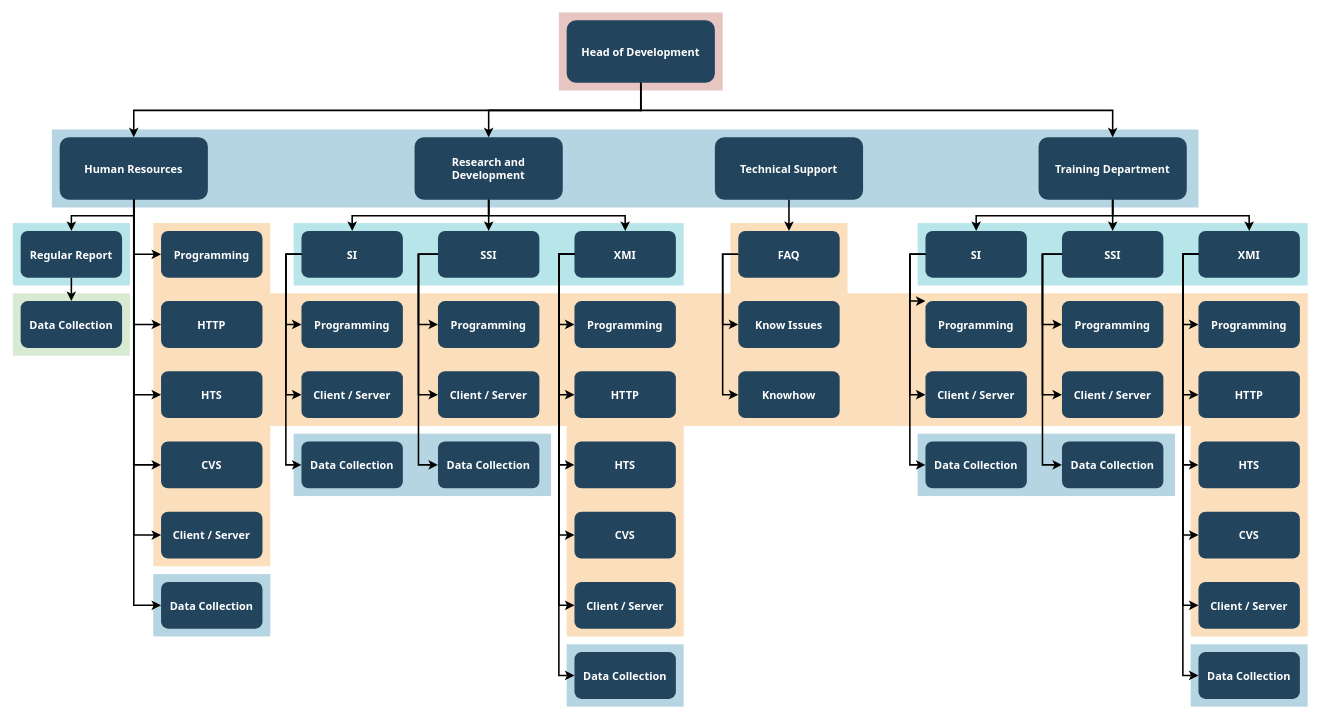
The draw.io diagram sitemap.drawio in SafwanAltawil/HelloWorld, before the edit. Source tidied: cells renumbered, new cells numbered last; positions are measured from the earlier drawing's top-left corner, leaving out a move shared by most shapes. Both pictures are drawn from the tidied source at 78%, with x=0, y=0 at pixel (12, 12).
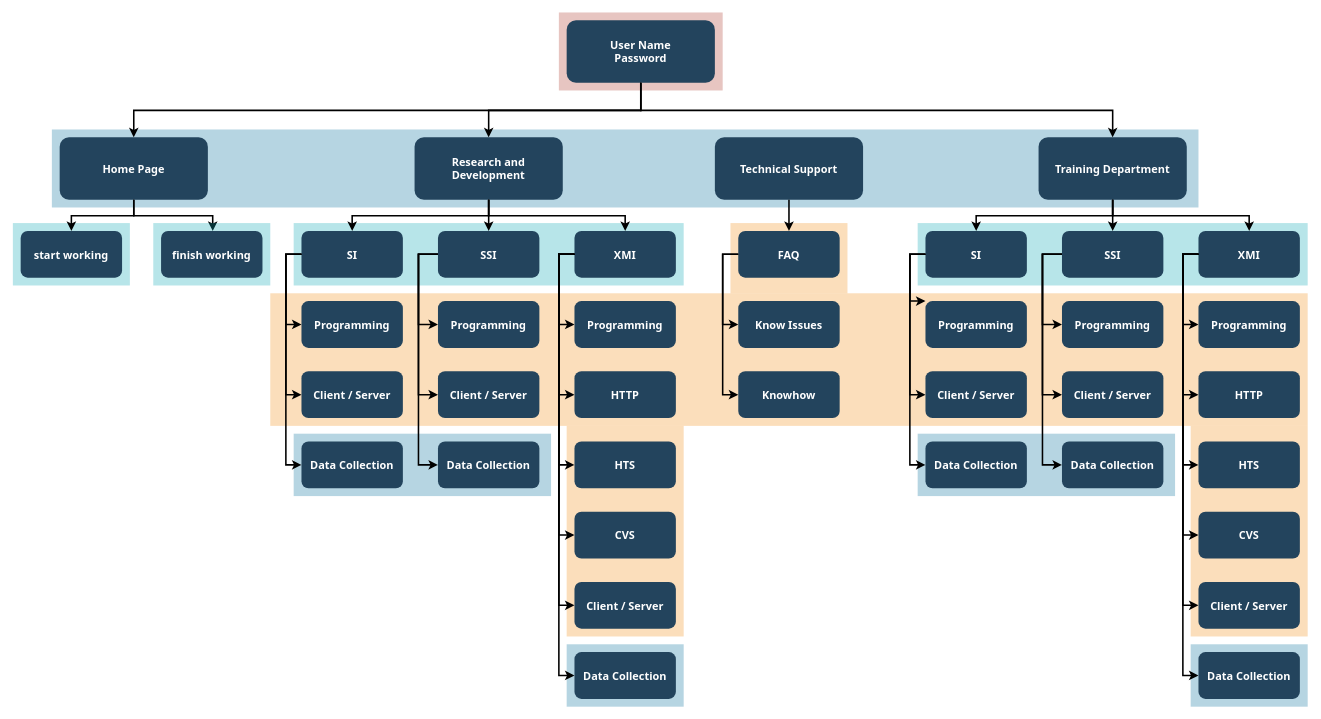
Above is the later version.

Change to the diagram source:
```diff
@@
-    <mxCell id="7" style="fillColor=#F2931E;strokeColor=none;opacity=30;" parent="1" vertex="1">
-      <mxGeometry x="180" y="269.5" width="150" height="440" as="geometry" />
-    </mxCell>
@@
-    <mxCell id="13" style="fillColor=#10739E;strokeColor=none;opacity=30;" parent="1" vertex="1">
-      <mxGeometry x="180" y="719.5" width="150" height="80" as="geometry" />
-    </mxCell>
-    <mxCell id="14" style="fillColor=#D9EAD3;strokeColor=none;" parent="1" vertex="1">
-      <mxGeometry y="359.5" width="150" height="80" as="geometry" />
-    </mxCell>
@@
-    <mxCell id="18" value="Head of Development" style="rounded=1;fillColor=#23445D;gradientColor=none;strokeColor=none;fontColor=#FFFFFF;fontStyle=1;fontFamily=Tahoma;fontSize=14;" parent="1" vertex="1">
+    <mxCell id="18" value="User Name&#10;Password" style="rounded=1;fillColor=#23445D;gradientColor=none;strokeColor=none;fontColor=#FFFFFF;fontStyle=1;fontFamily=Tahoma;fontSize=14;" parent="1" vertex="1">
       <mxGeometry x="710" y="9.5" width="190" height="80" as="geometry" />
     </mxCell>
@@
-    <mxCell id="23" value="Human Resources" style="rounded=1;fillColor=#23445D;gradientColor=none;strokeColor=none;fontColor=#FFFFFF;fontStyle=1;fontFamily=Tahoma;fontSize=14;" parent="1" vertex="1">
+    <mxCell id="23" value="Home Page" style="rounded=1;fillColor=#23445D;gradientColor=none;strokeColor=none;fontColor=#FFFFFF;fontStyle=1;fontFamily=Tahoma;fontSize=14;" parent="1" vertex="1">
       <mxGeometry x="60" y="159.5" width="190" height="80" as="geometry" />
     </mxCell>
-    <mxCell id="24" value="Regular Report" style="rounded=1;fillColor=#23445D;gradientColor=none;strokeColor=none;fontColor=#FFFFFF;fontStyle=1;fontFamily=Tahoma;fontSize=14;" parent="1" vertex="1">
+    <mxCell id="24" value="start working" style="rounded=1;fillColor=#23445D;gradientColor=none;strokeColor=none;fontColor=#FFFFFF;fontStyle=1;fontFamily=Tahoma;fontSize=14;" parent="1" vertex="1">
       <mxGeometry x="10" y="279.5" width="130" height="60" as="geometry" />
     </mxCell>
-    <mxCell id="25" value="Data Collection" style="rounded=1;fillColor=#23445D;gradientColor=none;strokeColor=none;fontColor=#FFFFFF;fontStyle=1;fontFamily=Tahoma;fontSize=14;" parent="1" vertex="1">
-      <mxGeometry x="10" y="369.5" width="130" height="60" as="geometry" />
-    </mxCell>
-    <mxCell id="26" value="Programming" style="rounded=1;fillColor=#23445D;gradientColor=none;strokeColor=none;fontColor=#FFFFFF;fontStyle=1;fontFamily=Tahoma;fontSize=14;" parent="1" vertex="1">
-      <mxGeometry x="190" y="279.5" width="130" height="60" as="geometry" />
-    </mxCell>
-    <mxCell id="27" value="HTTP" style="rounded=1;fillColor=#23445D;gradientColor=none;strokeColor=none;fontColor=#FFFFFF;fontStyle=1;fontFamily=Tahoma;fontSize=14;" parent="1" vertex="1">
-      <mxGeometry x="190" y="369.5" width="130" height="60" as="geometry" />
-    </mxCell>
-    <mxCell id="28" value="HTS" style="rounded=1;fillColor=#23445D;gradientColor=none;strokeColor=none;fontColor=#FFFFFF;fontStyle=1;fontFamily=Tahoma;fontSize=14;" parent="1" vertex="1">
-      <mxGeometry x="190" y="459.5" width="130" height="60" as="geometry" />
-    </mxCell>
-    <mxCell id="29" value="CVS" style="rounded=1;fillColor=#23445D;gradientColor=none;strokeColor=none;fontColor=#FFFFFF;fontStyle=1;fontFamily=Tahoma;fontSize=14;" parent="1" vertex="1">
-      <mxGeometry x="190" y="549.5" width="130" height="60" as="geometry" />
-    </mxCell>
-    <mxCell id="30" value="Client / Server" style="rounded=1;fillColor=#23445D;gradientColor=none;strokeColor=none;fontColor=#FFFFFF;fontStyle=1;fontFamily=Tahoma;fontSize=14;" parent="1" vertex="1">
-      <mxGeometry x="190" y="639.5" width="130" height="60" as="geometry" />
-    </mxCell>
-    <mxCell id="31" value="Data Collection" style="rounded=1;fillColor=#23445D;gradientColor=none;strokeColor=none;fontColor=#FFFFFF;fontStyle=1;fontFamily=Tahoma;fontSize=14;" parent="1" vertex="1">
-      <mxGeometry x="190" y="729.5" width="130" height="60" as="geometry" />
-    </mxCell>
@@
-    <mxCell id="68" style="edgeStyle=elbowEdgeStyle;elbow=horizontal;strokeWidth=2;rounded=0;" parent="1" edge="1" source="23" target="26">
-      <mxGeometry x="-23" y="135.5" as="geometry">
-        <Array as="points">
-          <mxPoint x="155" y="259.5" />
-        </Array>
-      </mxGeometry>
-    </mxCell>
-    <mxCell id="69" style="edgeStyle=elbowEdgeStyle;elbow=horizontal;strokeWidth=2;rounded=0;" parent="1" edge="1" source="23" target="27">
-      <mxGeometry x="-23" y="135.5" as="geometry">
-        <Array as="points">
-          <mxPoint x="155" y="299.5" />
-        </Array>
-      </mxGeometry>
-    </mxCell>
-    <mxCell id="70" style="edgeStyle=elbowEdgeStyle;elbow=horizontal;strokeWidth=2;rounded=0;" parent="1" edge="1" source="23" target="28">
-      <mxGeometry x="-23" y="135.5" as="geometry">
-        <Array as="points">
-          <mxPoint x="155" y="349.5" />
-        </Array>
-      </mxGeometry>
-    </mxCell>
-    <mxCell id="71" style="edgeStyle=elbowEdgeStyle;elbow=horizontal;strokeWidth=2;rounded=0;" parent="1" edge="1" source="23" target="29">
-      <mxGeometry x="-23" y="135.5" as="geometry">
-        <Array as="points">
-          <mxPoint x="155" y="399.5" />
-        </Array>
-      </mxGeometry>
-    </mxCell>
-    <mxCell id="72" style="edgeStyle=elbowEdgeStyle;elbow=horizontal;strokeWidth=2;rounded=0;" parent="1" edge="1" source="23" target="30">
-      <mxGeometry x="-23" y="135.5" as="geometry">
-        <Array as="points">
-          <mxPoint x="155" y="439.5" />
-        </Array>
-      </mxGeometry>
-    </mxCell>
-    <mxCell id="73" style="edgeStyle=elbowEdgeStyle;elbow=horizontal;strokeWidth=2;rounded=0;" parent="1" edge="1" source="23" target="31">
-      <mxGeometry x="-23" y="135.5" as="geometry">
-        <Array as="points">
-          <mxPoint x="155" y="489.5" />
-        </Array>
-      </mxGeometry>
-    </mxCell>
@@
-    <mxCell id="107" style="edgeStyle=elbowEdgeStyle;elbow=vertical;rounded=0;strokeWidth=2;" parent="1" edge="1" source="24" target="25">
-      <mxGeometry x="-23" y="135.5" as="geometry" />
-    </mxCell>
+    <mxCell id="108" style="edgeStyle=elbowEdgeStyle;elbow=vertical;strokeWidth=2;rounded=0;entryX=0.448;entryY=0.032;entryDx=0;entryDy=0;entryPerimeter=0;exitX=0.5;exitY=1;exitDx=0;exitDy=0;" parent="1" edge="1" source="23">
+      <mxGeometry x="-23" y="135.5" as="geometry">
+        <mxPoint x="256.2" y="279.5" as="targetPoint" />
+      </mxGeometry>
+    </mxCell>
+    <mxCell id="109" style="fillColor=#12AAB5;strokeColor=none;opacity=30;" parent="1" vertex="1">
+      <mxGeometry x="180" y="269.5" width="150" height="80" as="geometry" />
+    </mxCell>
+    <mxCell id="110" value="finish working" style="rounded=1;fillColor=#23445D;gradientColor=none;strokeColor=none;fontColor=#FFFFFF;fontStyle=1;fontFamily=Tahoma;fontSize=14;" parent="1" vertex="1">
+      <mxGeometry x="190" y="279.5" width="130" height="60" as="geometry" />
+    </mxCell>
```
